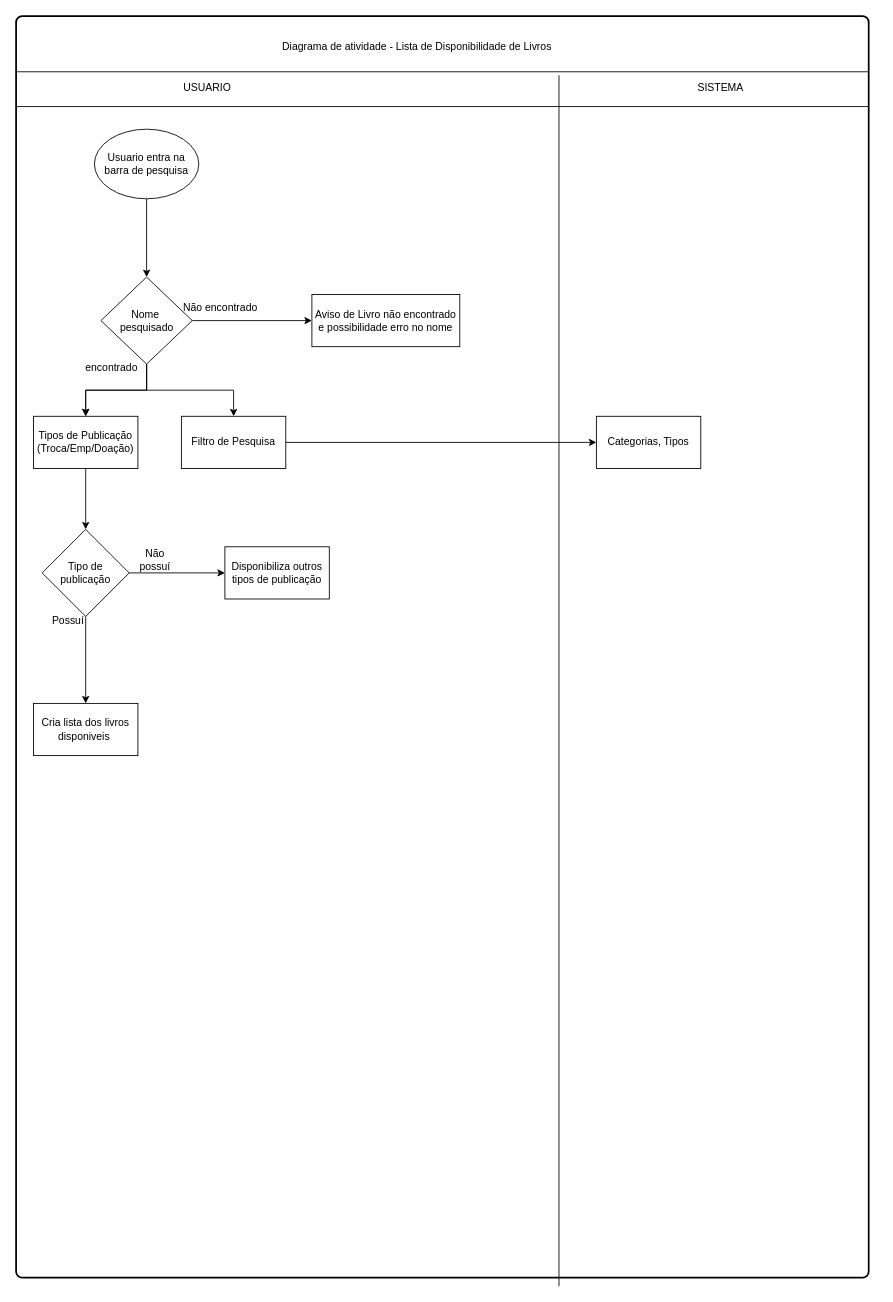
Raphael0305/Fatec-PI keeps this draw.io diagram as page "Diagrama_De_Atividade_Listar_Livros" (5 of 8) of Diagramas/Diagramas.drawio. Above is the earlier version. Source tidied: cells renumbered, new cells numbered last; positions are measured from the earlier drawing's top-left corner, leaving out a move shared by most shapes. Both pictures are drawn from the tidied source at 87%, with x=0, y=0 at pixel (16, 16).
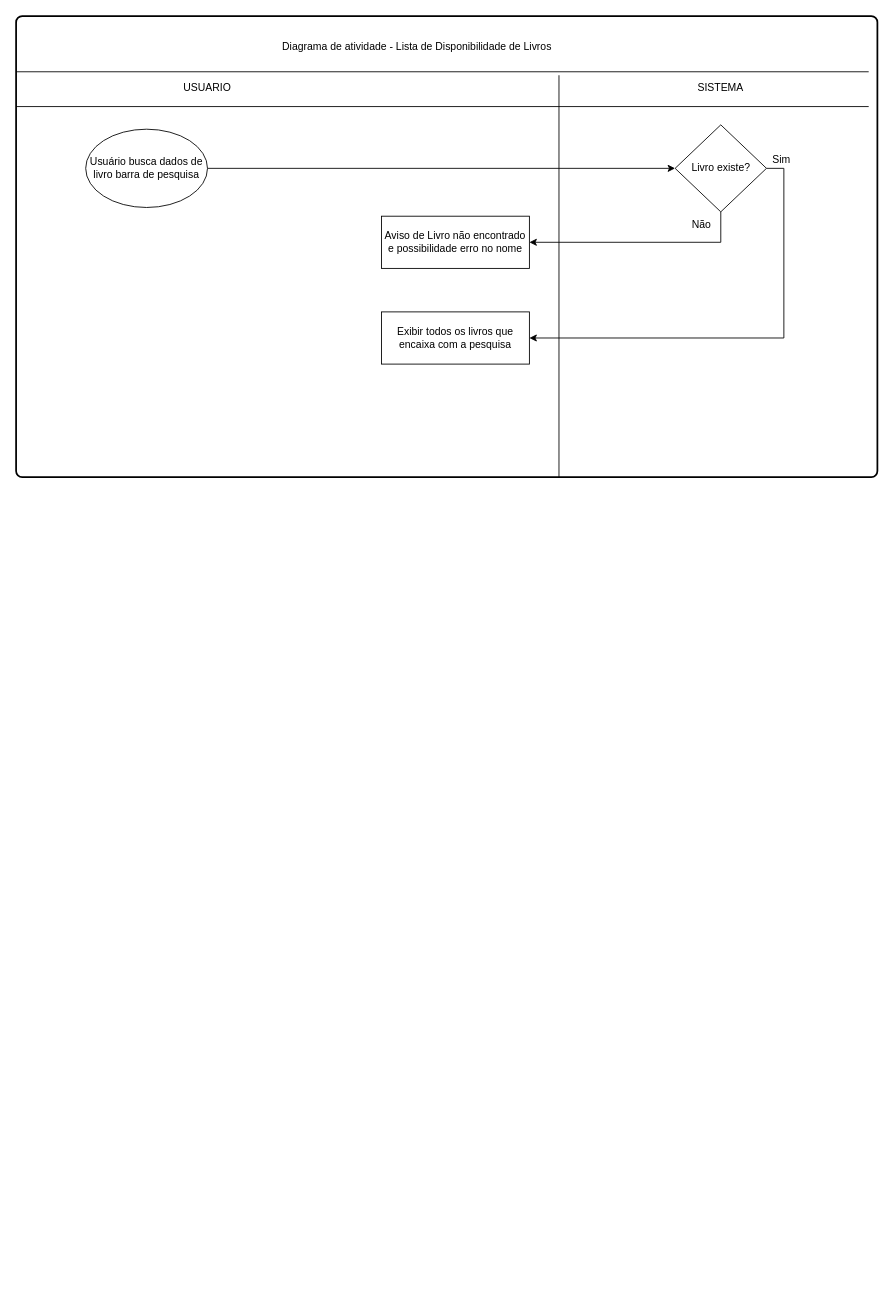
After the change.

Diff of the diagram source:
```diff
@@
     <mxCell id="2" style="rounded=1;whiteSpace=wrap;html=1;absoluteArcSize=1;arcSize=14;strokeWidth=2;" parent="1" vertex="1">
-      <mxGeometry width="980" height="1450" as="geometry" />
+      <mxGeometry width="990" height="530" as="geometry" />
     </mxCell>
-    <mxCell id="3" style="edgeStyle=orthogonalEdgeStyle;rounded=0;jettySize=auto;html=1;exitX=0.5;exitY=1;exitDx=0;exitDy=0;" parent="1" edge="1" source="4" target="9">
+    <mxCell id="3" style="edgeStyle=orthogonalEdgeStyle;rounded=0;jettySize=auto;html=1;entryX=0;entryY=0.5;entryDx=0;entryDy=0;" parent="1" edge="1" source="4" target="9">
       <mxGeometry relative="1" as="geometry" />
     </mxCell>
-    <mxCell id="4" value="Usuario entra na barra de pesquisa" style="ellipse;whiteSpace=wrap;html=1;" parent="1" vertex="1">
-      <mxGeometry x="90" y="130" width="120" height="80" as="geometry" />
+    <mxCell id="4" value="Usuário busca dados de livro barra de pesquisa" style="ellipse;whiteSpace=wrap;html=1;" parent="1" vertex="1">
+      <mxGeometry x="80" y="130" width="140" height="90" as="geometry" />
     </mxCell>
-    <mxCell id="5" style="edgeStyle=orthogonalEdgeStyle;rounded=0;jettySize=auto;html=1;exitX=1;exitY=0.5;exitDx=0;exitDy=0;entryX=0;entryY=0.5;entryDx=0;entryDy=0;" parent="1" edge="1" source="9" target="18">
+    <mxCell id="5" style="edgeStyle=orthogonalEdgeStyle;rounded=0;jettySize=auto;html=1;exitX=0.5;exitY=1;exitDx=0;exitDy=0;entryX=1;entryY=0.5;entryDx=0;entryDy=0;" parent="1" edge="1" source="9" target="18">
       <mxGeometry relative="1" as="geometry" />
     </mxCell>
-    <mxCell id="6" style="edgeStyle=orthogonalEdgeStyle;rounded=0;jettySize=auto;html=1;" parent="1" edge="1" source="9" target="20">
-      <mxGeometry relative="1" as="geometry" />
-    </mxCell>
-    <mxCell id="7" style="edgeStyle=orthogonalEdgeStyle;rounded=0;jettySize=auto;html=1;" parent="1" edge="1" source="9" target="20">
-      <mxGeometry relative="1" as="geometry" />
-    </mxCell>
-    <mxCell id="8" style="edgeStyle=orthogonalEdgeStyle;rounded=0;jettySize=auto;html=1;" parent="1" edge="1" source="9" target="22">
-      <mxGeometry relative="1" as="geometry" />
-    </mxCell>
+    <mxCell id="31" style="edgeStyle=orthogonalEdgeStyle;rounded=0;jettySize=auto;html=1;exitX=1;exitY=0.5;exitDx=0;exitDy=0;entryX=1;entryY=0.5;entryDx=0;entryDy=0;" parent="1" edge="1" source="9" target="32">
+      <mxGeometry relative="1" as="geometry" />
+    </mxCell>
-    <mxCell id="9" value="Nome&amp;nbsp;&lt;div&gt;pesquisado&lt;/div&gt;" style="rhombus;whiteSpace=wrap;html=1;" parent="1" vertex="1">
-      <mxGeometry x="97.5" y="300" width="105" height="100" as="geometry" />
+    <mxCell id="9" value="Livro existe?" style="rhombus;whiteSpace=wrap;html=1;" parent="1" vertex="1">
+      <mxGeometry x="757.5" y="125" width="105" height="100" as="geometry" />
     </mxCell>
-    <mxCell id="10" value="encontrado" style="text;html=1;align=center;verticalAlign=middle;whiteSpace=wrap;rounded=0;" parent="1" vertex="1">
-      <mxGeometry x="80" y="390" width="60" height="30" as="geometry" />
+    <mxCell id="10" value="Não" style="text;html=1;align=center;verticalAlign=middle;whiteSpace=wrap;rounded=0;" parent="1" vertex="1">
+      <mxGeometry x="757.5" y="225" width="60" height="30" as="geometry" />
     </mxCell>
@@
     <mxCell id="13" style="line;strokeWidth=1;fillColor=none;align=left;verticalAlign=middle;spacingTop=-1;spacingLeft=3;spacingRight=3;labelPosition=right;strokeColor=inherit;direction=south;" parent="1" vertex="1">
-      <mxGeometry x="620" y="68" width="8" height="1392" as="geometry" />
+      <mxGeometry x="620" y="68" width="8" height="462" as="geometry" />
     </mxCell>
@@
-    <mxCell id="17" value="Não encontrado" style="text;html=1;align=center;verticalAlign=middle;whiteSpace=wrap;rounded=0;" parent="1" vertex="1">
-      <mxGeometry x="180" y="320" width="110" height="30" as="geometry" />
-    </mxCell>
     <mxCell id="18" value="Aviso de Livro não encontrado&lt;div&gt;e possibilidade erro no nome&lt;/div&gt;" style="rounded=0;whiteSpace=wrap;html=1;" parent="1" vertex="1">
-      <mxGeometry x="340" y="320" width="170" height="60" as="geometry" />
+      <mxGeometry x="420" y="230" width="170" height="60" as="geometry" />
     </mxCell>
-    <mxCell id="19" style="edgeStyle=orthogonalEdgeStyle;rounded=0;jettySize=auto;html=1;" parent="1" edge="1" source="20" target="26">
-      <mxGeometry relative="1" as="geometry" />
-    </mxCell>
-    <mxCell id="20" value="Tipos de Publicação&lt;div&gt;(Troca/Emp/Doação)&lt;/div&gt;" style="whiteSpace=wrap;html=1;" parent="1" vertex="1">
-      <mxGeometry x="20" y="460" width="120" height="60" as="geometry" />
-    </mxCell>
-    <mxCell id="21" style="edgeStyle=orthogonalEdgeStyle;rounded=0;jettySize=auto;html=1;" parent="1" edge="1" source="22" target="23">
-      <mxGeometry relative="1" as="geometry" />
-    </mxCell>
-    <mxCell id="22" value="Filtro de Pesquisa" style="whiteSpace=wrap;html=1;" parent="1" vertex="1">
-      <mxGeometry x="190" y="460" width="120" height="60" as="geometry" />
-    </mxCell>
-    <mxCell id="23" value="Categorias, Tipos" style="whiteSpace=wrap;html=1;" parent="1" vertex="1">
-      <mxGeometry x="667" y="460" width="120" height="60" as="geometry" />
-    </mxCell>
-    <mxCell id="24" style="edgeStyle=orthogonalEdgeStyle;rounded=0;jettySize=auto;html=1;" parent="1" edge="1" source="26" target="27">
-      <mxGeometry relative="1" as="geometry" />
-    </mxCell>
-    <mxCell id="25" style="edgeStyle=orthogonalEdgeStyle;rounded=0;jettySize=auto;html=1;" parent="1" edge="1" source="26" target="28">
-      <mxGeometry relative="1" as="geometry" />
-    </mxCell>
-    <mxCell id="26" value="Tipo de publicação" style="rhombus;whiteSpace=wrap;html=1;" parent="1" vertex="1">
-      <mxGeometry x="30" y="590" width="100" height="100" as="geometry" />
-    </mxCell>
-    <mxCell id="27" value="Disponibiliza outros tipos de publicação" style="whiteSpace=wrap;html=1;" parent="1" vertex="1">
-      <mxGeometry x="240" y="610" width="120" height="60" as="geometry" />
-    </mxCell>
-    <mxCell id="28" value="Cria lista dos livros disponiveis&amp;nbsp;" style="whiteSpace=wrap;html=1;" parent="1" vertex="1">
-      <mxGeometry x="20" y="790" width="120" height="60" as="geometry" />
-    </mxCell>
-    <mxCell id="29" value="Não possuí" style="text;html=1;align=center;verticalAlign=middle;whiteSpace=wrap;rounded=0;" parent="1" vertex="1">
-      <mxGeometry x="130" y="610" width="60" height="30" as="geometry" />
-    </mxCell>
-    <mxCell id="30" value="Possuí" style="text;html=1;align=center;verticalAlign=middle;whiteSpace=wrap;rounded=0;" parent="1" vertex="1">
-      <mxGeometry x="30" y="680" width="60" height="30" as="geometry" />
-    </mxCell>
+    <mxCell id="32" value="Exibir todos os livros que encaixa com a pesquisa" style="rounded=0;whiteSpace=wrap;html=1;" parent="1" vertex="1">
+      <mxGeometry x="420" y="340" width="170" height="60" as="geometry" />
+    </mxCell>
+    <mxCell id="33" value="Sim" style="text;html=1;align=center;verticalAlign=middle;whiteSpace=wrap;rounded=0;" parent="1" vertex="1">
+      <mxGeometry x="850" y="150" width="60" height="30" as="geometry" />
+    </mxCell>
```
